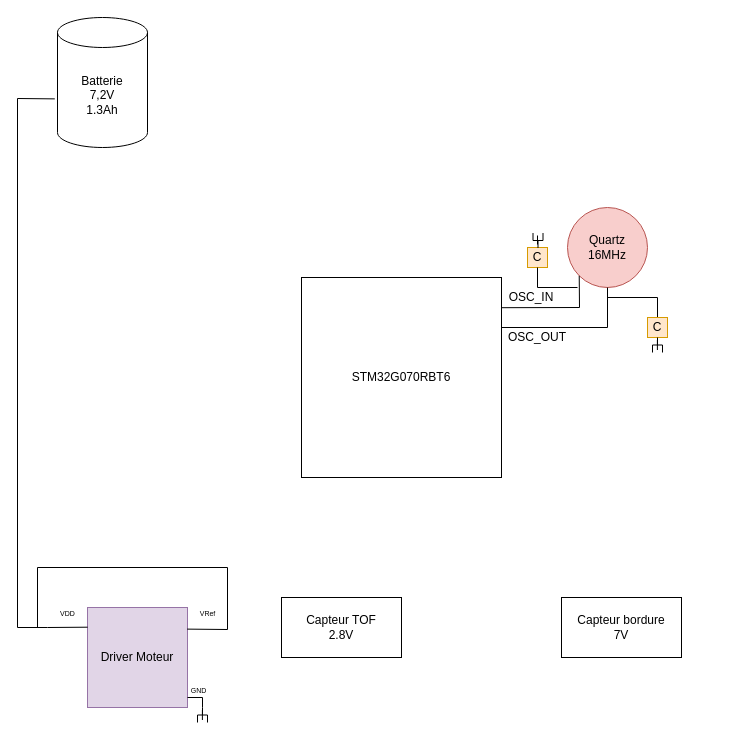
Earlier version of the draw.io diagram Diagramme sans nom.drawio (Artpel1805/Beerator). Source tidied: cells renumbered, new cells numbered last; positions are measured from the earlier drawing's top-left corner, leaving out a move shared by most shapes. Both pictures are drawn from the tidied source at 100%, with x=0, y=0 at pixel (17, 17).
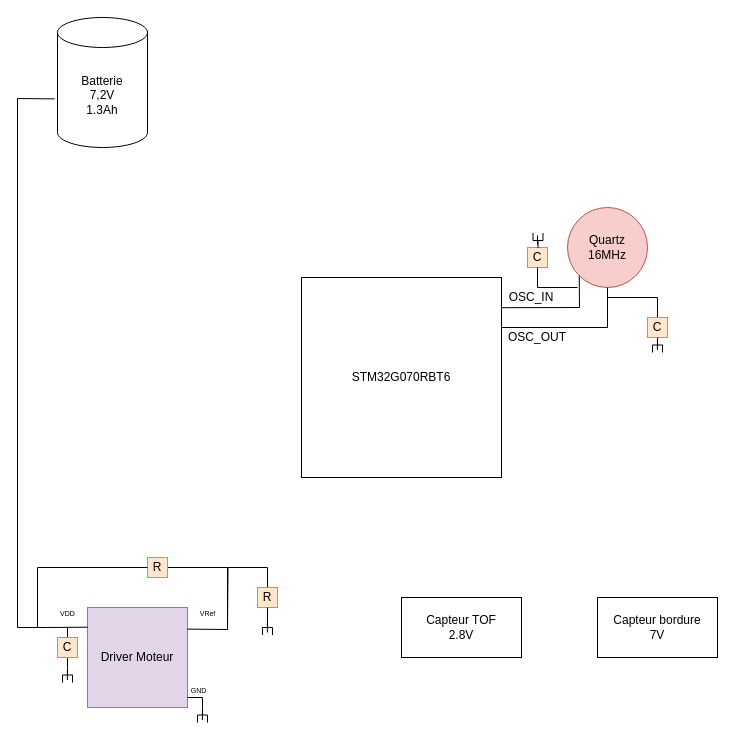
After the change.

Commit message:
Driver Moteur

Unchanged cells that the change refers to:
```xml
<mxCell id="29" value="&lt;font style=&quot;font-size: 7px;&quot;&gt;VRef&lt;/font&gt;" style="text;html=1;align=center;verticalAlign=middle;points=[];strokeColor=none;fillColor=none;" parent="1" vertex="1">
  <mxGeometry x="170" y="580" width="40" height="30" as="geometry" />
</mxCell>
```

The edit, as a diff of the source:
```diff
@@
     <mxCell id="20" value="Capteur bordure&lt;br&gt;7V" style="whiteSpace=wrap;html=1;align=center;newEdgeStyle={&quot;edgeStyle&quot;:&quot;elbowEdgeStyle&quot;,&quot;startArrow&quot;:&quot;none&quot;,&quot;endArrow&quot;:&quot;none&quot;};" parent="1" vertex="1">
-      <mxGeometry x="544" y="580" width="120" height="60" as="geometry" />
+      <mxGeometry x="580" y="580" width="120" height="60" as="geometry" />
     </mxCell>
@@
     <mxCell id="24" value="Capteur TOF&lt;br&gt;2.8V" style="whiteSpace=wrap;html=1;align=center;newEdgeStyle={&quot;edgeStyle&quot;:&quot;elbowEdgeStyle&quot;,&quot;startArrow&quot;:&quot;none&quot;,&quot;endArrow&quot;:&quot;none&quot;};" parent="1" vertex="1">
-      <mxGeometry x="264" y="580" width="120" height="60" as="geometry" />
+      <mxGeometry x="384" y="580" width="120" height="60" as="geometry" />
     </mxCell>
@@
-    <mxCell id="30" style="endArrow=none;html=1;rounded=0;fontSize=7;entryX=-0.009;entryY=1.054;entryDx=0;entryDy=0;entryPerimeter=0;" parent="1" edge="1" target="29">
+    <mxCell id="30" style="endArrow=none;html=1;rounded=0;fontSize=7;entryX=-0.009;entryY=1.054;entryDx=0;entryDy=0;entryPerimeter=0;startArrow=none;" parent="1" edge="1" source="34" target="29">
       <mxGeometry relative="1" as="geometry">
-        <mxPoint x="20" y="610" as="sourcePoint" />
         <Array as="points">
-          <mxPoint x="20" y="550" />
           <mxPoint x="210" y="550" />
           <mxPoint x="210" y="612" />
         </Array>
       </mxGeometry>
     </mxCell>
+    <mxCell id="31" style="edgeStyle=orthogonalEdgeStyle;rounded=0;jettySize=auto;html=1;exitX=0.5;exitY=0;exitDx=0;exitDy=0;fontSize=7;endArrow=none;endFill=0;" parent="1" edge="1" source="33">
+      <mxGeometry relative="1" as="geometry">
+        <mxPoint x="50" y="610" as="targetPoint" />
+      </mxGeometry>
+    </mxCell>
+    <mxCell id="32" style="edgeStyle=orthogonalEdgeStyle;rounded=0;jettySize=auto;html=1;exitX=0.5;exitY=1;exitDx=0;exitDy=0;fontSize=7;endArrow=none;endFill=0;" parent="1" edge="1" source="33">
+      <mxGeometry relative="1" as="geometry">
+        <mxPoint x="50" y="650" as="targetPoint" />
+      </mxGeometry>
+    </mxCell>
+    <mxCell id="33" value="C" style="whiteSpace=wrap;html=1;fillColor=#ffe6cc;strokeColor=#d79b00;" parent="1" vertex="1">
+      <mxGeometry x="40" y="620" width="20" height="20" as="geometry" />
+    </mxCell>
+    <mxCell id="34" value="R" style="whiteSpace=wrap;html=1;fillColor=#ffe6cc;strokeColor=#d79b00;" parent="1" vertex="1">
+      <mxGeometry x="130" y="540" width="20" height="20" as="geometry" />
+    </mxCell>
+    <mxCell id="35" style="endArrow=none;html=1;rounded=0;fontSize=7;entryX=0;entryY=0.5;entryDx=0;entryDy=0;" parent="1" edge="1" target="34">
+      <mxGeometry relative="1" as="geometry">
+        <mxPoint x="20" y="610" as="sourcePoint" />
+        <Array as="points">
+          <mxPoint x="20" y="550" />
+        </Array>
+      </mxGeometry>
+    </mxCell>
+    <mxCell id="36" style="edgeStyle=orthogonalEdgeStyle;rounded=0;jettySize=auto;html=1;exitX=0.5;exitY=0;exitDx=0;exitDy=0;fontSize=7;endArrow=none;endFill=0;" parent="1" edge="1" source="37">
+      <mxGeometry relative="1" as="geometry">
+        <mxPoint x="210" y="610" as="targetPoint" />
+      </mxGeometry>
+    </mxCell>
+    <mxCell id="37" value="R" style="whiteSpace=wrap;html=1;fillColor=#ffe6cc;strokeColor=#d79b00;" parent="1" vertex="1">
+      <mxGeometry x="240" y="570" width="20" height="20" as="geometry" />
+    </mxCell>
+    <mxCell id="38" style="group;" parent="1" vertex="1">
+      <mxGeometry x="245" y="602.5" width="10" height="15" as="geometry" />
+    </mxCell>
+    <mxCell id="39" style="strokeWidth=1;html=1;shape=mxgraph.flowchart.annotation_2;align=left;labelPosition=right;rotation=90;" parent="38" vertex="1">
+      <mxGeometry x="-2.5" y="2.5" width="15" height="10" as="geometry" />
+    </mxCell>
+    <mxCell id="40" style="endArrow=none;html=1;rounded=0;" parent="38" edge="1">
+      <mxGeometry relative="1" as="geometry">
+        <mxPoint x="4.9" y="12.5" as="sourcePoint" />
+        <mxPoint x="4.9" y="2.5" as="targetPoint" />
+        <Array as="points">
+          <mxPoint x="4.9" y="2.5" />
+        </Array>
+      </mxGeometry>
+    </mxCell>
+    <mxCell id="41" style="group;" parent="1" vertex="1">
+      <mxGeometry x="45" y="650" width="10" height="15" as="geometry" />
+    </mxCell>
+    <mxCell id="42" style="strokeWidth=1;html=1;shape=mxgraph.flowchart.annotation_2;align=left;labelPosition=right;rotation=90;" parent="41" vertex="1">
+      <mxGeometry x="-2.5" y="2.5" width="15" height="10" as="geometry" />
+    </mxCell>
+    <mxCell id="43" style="endArrow=none;html=1;rounded=0;" parent="41" edge="1">
+      <mxGeometry relative="1" as="geometry">
+        <mxPoint x="4.9" y="12.5" as="sourcePoint" />
+        <mxPoint x="4.9" y="2.5" as="targetPoint" />
+        <Array as="points">
+          <mxPoint x="4.9" y="2.5" />
+        </Array>
+      </mxGeometry>
+    </mxCell>
+    <mxCell id="44" style="edgeStyle=orthogonalEdgeStyle;rounded=0;jettySize=auto;html=1;exitX=0;exitY=0.5;exitDx=0;exitDy=0;exitPerimeter=0;entryX=0.5;entryY=1;entryDx=0;entryDy=0;fontSize=7;endArrow=none;endFill=0;" parent="1" edge="1" source="39" target="37">
+      <mxGeometry relative="1" as="geometry" />
+    </mxCell>
```
